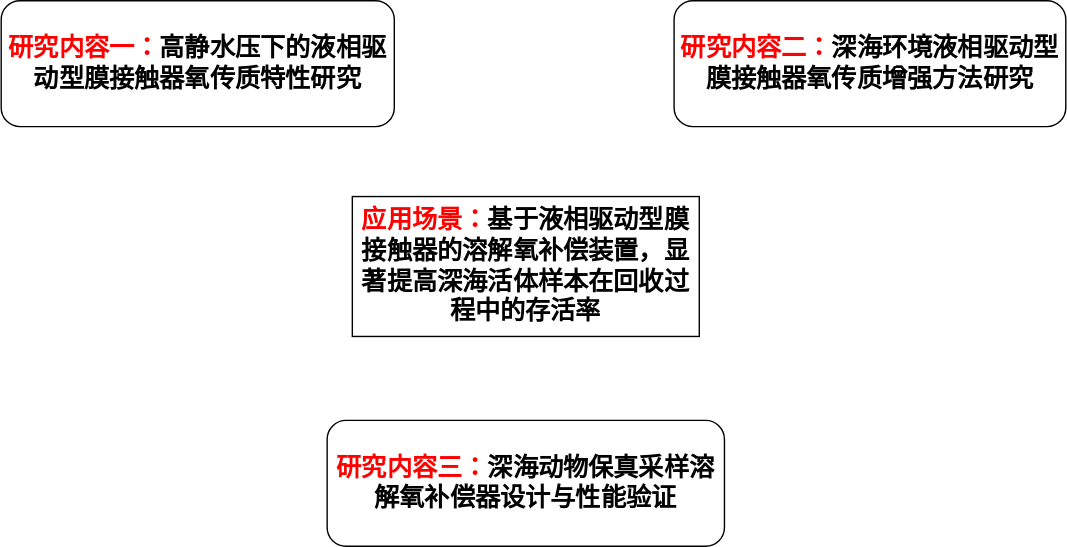
Above: 研究内容_开题.drawio.svg in chiguaren3/drawio_project (draw.io), before the change. Source tidied: cells renumbered, new cells last; positions are measured from the earlier drawing's top-left corner, leaving out a move shared by most shapes.
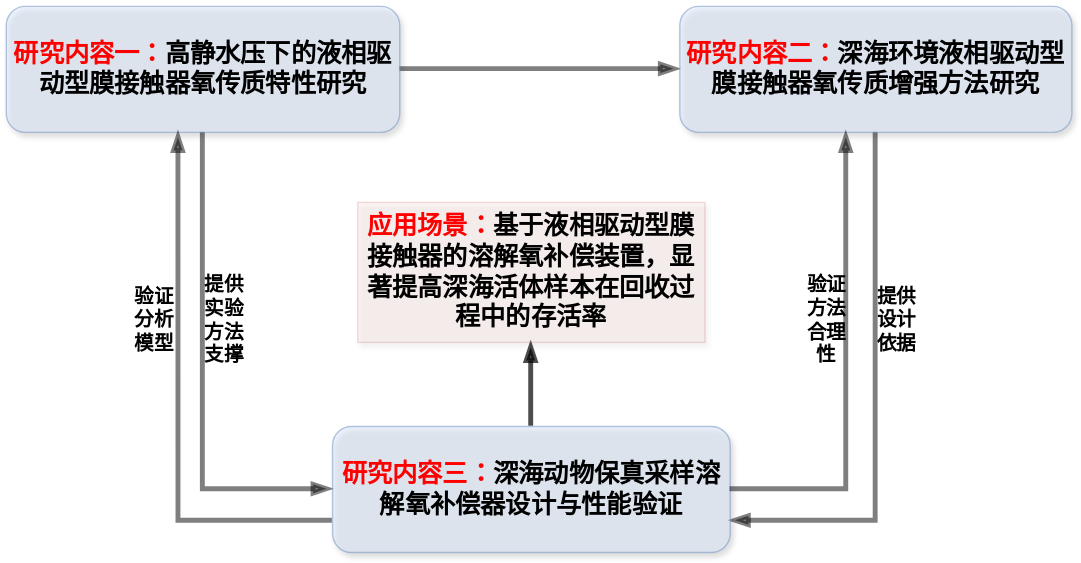
The same file after the commit.

Commit message:
更新研究内容_开题.drawio.svg

Change to the diagram source:
```diff
@@ -2,17 +2,47 @@
   <root>
     <mxCell id="0" />
     <mxCell id="1" parent="0" />
+    <mxCell id="6" style="edgeStyle=orthogonalEdgeStyle;rounded=0;jettySize=auto;html=1;exitX=1;exitY=0.5;exitDx=0;exitDy=0;entryX=0;entryY=0.5;entryDx=0;entryDy=0;endArrow=blockThin;endFill=1;opacity=50;strokeWidth=3.5;" parent="1" edge="1" source="2" target="3">
+      <mxGeometry relative="1" as="geometry" />
+    </mxCell>
+    <mxCell id="7" style="edgeStyle=orthogonalEdgeStyle;rounded=0;jettySize=auto;html=1;exitX=0.5;exitY=1;exitDx=0;exitDy=0;entryX=0;entryY=0.5;entryDx=0;entryDy=0;endArrow=blockThin;endFill=1;strokeWidth=3.5;opacity=50;" parent="1" edge="1" source="2" target="4">
+      <mxGeometry relative="1" as="geometry" />
+    </mxCell>
-    <mxCell id="2" value="&lt;p&gt;&lt;b&gt;&lt;font face=&quot;宋体&quot; style=&quot;color: rgb(255, 0, 0); font-size: 18px;&quot;&gt;研究内容一：&lt;/font&gt;&lt;/b&gt;&lt;span style=&quot;background-color: transparent; color: light-dark(rgb(0, 0, 0), rgb(255, 255, 255)); font-family: 宋体;&quot;&gt;&lt;font style=&quot;font-size: 18px;&quot;&gt;&lt;b&gt;高静水压下的液相驱动型膜接触器氧传质特性研究&lt;/b&gt;&lt;/font&gt;&lt;/span&gt;&lt;/p&gt;&lt;p class=&quot;MsoNormal&quot;&gt;&lt;span style=&quot;mso-spacerun:'yes';font-family:'Times New Roman';mso-fareast-font-family:宋体;&lt;br/&gt;font-size:14.0000pt;mso-font-kerning:1.0000pt;&quot;&gt;&lt;/span&gt;&lt;/p&gt;" style="rounded=1;whiteSpace=wrap;html=1;" parent="1" vertex="1">
+    <mxCell id="2" value="&lt;p&gt;&lt;b&gt;&lt;font face=&quot;宋体&quot; style=&quot;color: rgb(255, 0, 0); font-size: 18px;&quot;&gt;研究内容一：&lt;/font&gt;&lt;/b&gt;&lt;span style=&quot;background-color: transparent; color: light-dark(rgb(0, 0, 0), rgb(255, 255, 255)); font-family: 宋体;&quot;&gt;&lt;font style=&quot;font-size: 18px;&quot;&gt;&lt;b&gt;高静水压下的液相驱动型膜接触器氧传质特性研究&lt;/b&gt;&lt;/font&gt;&lt;/span&gt;&lt;/p&gt;&lt;p class=&quot;MsoNormal&quot;&gt;&lt;span style=&quot;mso-spacerun:'yes';font-family:'Times New Roman';mso-fareast-font-family:宋体;&lt;br/&gt;font-size:14.0000pt;mso-font-kerning:1.0000pt;&quot;&gt;&lt;/span&gt;&lt;/p&gt;" style="rounded=1;whiteSpace=wrap;html=1;fillColor=#dae8fc;strokeColor=#6c8ebf;shadow=1;opacity=50;" parent="1" vertex="1">
       <mxGeometry width="281" height="90" as="geometry" />
     </mxCell>
+    <mxCell id="8" style="edgeStyle=orthogonalEdgeStyle;rounded=0;jettySize=auto;html=1;exitX=0.5;exitY=1;exitDx=0;exitDy=0;entryX=1;entryY=0.75;entryDx=0;entryDy=0;strokeWidth=3.5;opacity=50;endArrow=blockThin;endFill=1;" parent="1" edge="1" source="3" target="4">
+      <mxGeometry relative="1" as="geometry" />
+    </mxCell>
-    <mxCell id="3" value="&lt;p&gt;&lt;b&gt;&lt;font face=&quot;宋体&quot; style=&quot;color: rgb(255, 0, 0); font-size: 18px;&quot;&gt;研究内容二：&lt;/font&gt;&lt;/b&gt;&lt;span style=&quot;background-color: transparent; color: light-dark(rgb(0, 0, 0), rgb(255, 255, 255)); font-family: 宋体;&quot;&gt;&lt;font style=&quot;font-size: 18px;&quot;&gt;&lt;b&gt;深海环境液相驱动型膜接触器氧传质增强方法研究&lt;/b&gt;&lt;/font&gt;&lt;/span&gt;&lt;/p&gt;&lt;p class=&quot;MsoNormal&quot;&gt;&lt;span style=&quot;mso-spacerun:'yes';font-family:'Times New Roman';mso-fareast-font-family:宋体;&lt;br/&gt;font-size:14.0000pt;mso-font-kerning:1.0000pt;&quot;&gt;&lt;/span&gt;&lt;/p&gt;&lt;p class=&quot;MsoNormal&quot;&gt;&lt;span style=&quot;mso-spacerun:'yes';font-family:'Times New Roman';mso-fareast-font-family:宋体;&lt;br/&gt;font-size:14.0000pt;mso-font-kerning:1.0000pt;&quot;&gt;&lt;/span&gt;&lt;/p&gt;" style="rounded=1;whiteSpace=wrap;html=1;" parent="1" vertex="1">
+    <mxCell id="3" value="&lt;p&gt;&lt;b&gt;&lt;font face=&quot;宋体&quot; style=&quot;color: rgb(255, 0, 0); font-size: 18px;&quot;&gt;研究内容二：&lt;/font&gt;&lt;/b&gt;&lt;span style=&quot;background-color: transparent; color: light-dark(rgb(0, 0, 0), rgb(255, 255, 255)); font-family: 宋体;&quot;&gt;&lt;font style=&quot;font-size: 18px;&quot;&gt;&lt;b&gt;深海环境液相驱动型膜接触器氧传质增强方法研究&lt;/b&gt;&lt;/font&gt;&lt;/span&gt;&lt;/p&gt;&lt;p class=&quot;MsoNormal&quot;&gt;&lt;span style=&quot;mso-spacerun:'yes';font-family:'Times New Roman';mso-fareast-font-family:宋体;&lt;br/&gt;font-size:14.0000pt;mso-font-kerning:1.0000pt;&quot;&gt;&lt;/span&gt;&lt;/p&gt;&lt;p class=&quot;MsoNormal&quot;&gt;&lt;span style=&quot;mso-spacerun:'yes';font-family:'Times New Roman';mso-fareast-font-family:宋体;&lt;br/&gt;font-size:14.0000pt;mso-font-kerning:1.0000pt;&quot;&gt;&lt;/span&gt;&lt;/p&gt;" style="rounded=1;whiteSpace=wrap;html=1;fillColor=#dae8fc;strokeColor=#6c8ebf;glass=0;shadow=1;opacity=50;" parent="1" vertex="1">
       <mxGeometry x="481" width="280" height="90" as="geometry" />
     </mxCell>
+    <mxCell id="9" style="edgeStyle=orthogonalEdgeStyle;rounded=0;jettySize=auto;html=1;exitX=0.5;exitY=0;exitDx=0;exitDy=0;entryX=0.5;entryY=1;entryDx=0;entryDy=0;endArrow=blockThin;endFill=1;strokeWidth=3.5;opacity=70;" parent="1" edge="1" source="4" target="5">
+      <mxGeometry relative="1" as="geometry" />
+    </mxCell>
-    <mxCell id="4" value="&lt;p&gt;&lt;b&gt;&lt;font face=&quot;宋体&quot; style=&quot;color: rgb(255, 0, 0); font-size: 18px;&quot;&gt;研究内容三：&lt;/font&gt;&lt;/b&gt;&lt;span style=&quot;background-color: transparent; color: light-dark(rgb(0, 0, 0), rgb(255, 255, 255)); font-family: 宋体;&quot;&gt;&lt;font style=&quot;font-size: 18px;&quot;&gt;&lt;b&gt;深海动物保真采样溶解氧补偿器设计与性能验证&lt;/b&gt;&lt;/font&gt;&lt;/span&gt;&lt;/p&gt;&lt;p class=&quot;MsoNormal&quot;&gt;&lt;span style=&quot;mso-spacerun:'yes';font-family:'Times New Roman';mso-fareast-font-family:宋体;&lt;br/&gt;font-size:14.0000pt;mso-font-kerning:1.0000pt;&quot;&gt;&lt;/span&gt;&lt;/p&gt;&lt;p class=&quot;MsoNormal&quot;&gt;&lt;span style=&quot;mso-spacerun:'yes';font-family:'Times New Roman';mso-fareast-font-family:宋体;&lt;br/&gt;font-size:14.0000pt;mso-font-kerning:1.0000pt;&quot;&gt;&lt;/span&gt;&lt;/p&gt;&lt;p class=&quot;MsoNormal&quot;&gt;&lt;span style=&quot;mso-spacerun:'yes';font-family:'Times New Roman';mso-fareast-font-family:宋体;&lt;br/&gt;font-size:14.0000pt;mso-font-kerning:1.0000pt;&quot;&gt;&lt;/span&gt;&lt;/p&gt;" style="rounded=1;whiteSpace=wrap;html=1;" parent="1" vertex="1">
+    <mxCell id="4" value="&lt;p&gt;&lt;b&gt;&lt;font face=&quot;宋体&quot; style=&quot;color: rgb(255, 0, 0); font-size: 18px;&quot;&gt;研究内容三：&lt;/font&gt;&lt;/b&gt;&lt;span style=&quot;background-color: transparent; color: light-dark(rgb(0, 0, 0), rgb(255, 255, 255)); font-family: 宋体;&quot;&gt;&lt;font style=&quot;font-size: 18px;&quot;&gt;&lt;b&gt;深海动物保真采样溶解氧补偿器设计与性能验证&lt;/b&gt;&lt;/font&gt;&lt;/span&gt;&lt;/p&gt;&lt;p class=&quot;MsoNormal&quot;&gt;&lt;span style=&quot;mso-spacerun:'yes';font-family:'Times New Roman';mso-fareast-font-family:宋体;&lt;br/&gt;font-size:14.0000pt;mso-font-kerning:1.0000pt;&quot;&gt;&lt;/span&gt;&lt;/p&gt;&lt;p class=&quot;MsoNormal&quot;&gt;&lt;span style=&quot;mso-spacerun:'yes';font-family:'Times New Roman';mso-fareast-font-family:宋体;&lt;br/&gt;font-size:14.0000pt;mso-font-kerning:1.0000pt;&quot;&gt;&lt;/span&gt;&lt;/p&gt;&lt;p class=&quot;MsoNormal&quot;&gt;&lt;span style=&quot;mso-spacerun:'yes';font-family:'Times New Roman';mso-fareast-font-family:宋体;&lt;br/&gt;font-size:14.0000pt;mso-font-kerning:1.0000pt;&quot;&gt;&lt;/span&gt;&lt;/p&gt;" style="rounded=1;whiteSpace=wrap;html=1;fillColor=#dae8fc;strokeColor=#6c8ebf;shadow=1;opacity=50;" parent="1" vertex="1">
       <mxGeometry x="233" y="300" width="284" height="90" as="geometry" />
     </mxCell>
-    <mxCell id="5" value="&lt;font face=&quot;宋体&quot; style=&quot;font-size: 18px; color: rgb(255, 0, 0);&quot;&gt;&lt;b style=&quot;&quot;&gt;应用场景：&lt;/b&gt;&lt;/font&gt;&lt;span style=&quot;font-family: 宋体;&quot;&gt;&lt;b style=&quot;&quot;&gt;&lt;font style=&quot;font-size: 18px;&quot;&gt;基于液相驱动型膜接触器的溶解氧补偿装置，显著提高深海活体样本在回收过程中的存活率&lt;/font&gt;&lt;/b&gt;&lt;/span&gt;" style="rounded=0;whiteSpace=wrap;html=1;" parent="1" vertex="1">
+    <mxCell id="5" value="&lt;font face=&quot;宋体&quot; style=&quot;font-size: 18px; color: rgb(255, 0, 0);&quot;&gt;&lt;b style=&quot;&quot;&gt;应用场景：&lt;/b&gt;&lt;/font&gt;&lt;span style=&quot;font-family: 宋体;&quot;&gt;&lt;b style=&quot;&quot;&gt;&lt;font style=&quot;font-size: 18px;&quot;&gt;基于液相驱动型膜接触器的溶解氧补偿装置，显著提高深海活体样本在回收过程中的存活率&lt;/font&gt;&lt;/b&gt;&lt;/span&gt;" style="rounded=0;whiteSpace=wrap;html=1;fillColor=#f8cecc;strokeColor=#b85450;glass=0;shadow=1;opacity=20;" parent="1" vertex="1">
       <mxGeometry x="251" y="140" width="248" height="100" as="geometry" />
     </mxCell>
+    <mxCell id="10" style="edgeStyle=orthogonalEdgeStyle;rounded=0;jettySize=auto;html=1;exitX=0;exitY=0.75;exitDx=0;exitDy=0;entryX=0.438;entryY=1;entryDx=0;entryDy=0;entryPerimeter=0;endArrow=blockThin;endFill=1;strokeWidth=3.5;opacity=50;" parent="1" edge="1" source="4" target="2">
+      <mxGeometry relative="1" as="geometry" />
+    </mxCell>
+    <mxCell id="11" style="edgeStyle=orthogonalEdgeStyle;rounded=0;jettySize=auto;html=1;exitX=1;exitY=0.5;exitDx=0;exitDy=0;entryX=0.425;entryY=1;entryDx=0;entryDy=0;entryPerimeter=0;strokeWidth=3.5;endArrow=blockThin;endFill=1;opacity=50;" parent="1" edge="1" source="4" target="3">
+      <mxGeometry relative="1" as="geometry" />
+    </mxCell>
+    <mxCell id="12" value="&lt;b&gt;&lt;font face=&quot;宋体&quot; style=&quot;font-size: 14px;&quot;&gt;提供实验方法支撑&lt;/font&gt;&lt;/b&gt;" style="text;html=1;whiteSpace=wrap;strokeColor=none;fillColor=none;align=center;verticalAlign=middle;rounded=0;" parent="1" vertex="1">
+      <mxGeometry x="141" y="170" width="30" height="110" as="geometry" />
+    </mxCell>
+    <mxCell id="13" value="&lt;b&gt;&lt;font face=&quot;宋体&quot; style=&quot;font-size: 14px;&quot;&gt;提供设计依据&lt;/font&gt;&lt;/b&gt;" style="text;html=1;whiteSpace=wrap;strokeColor=none;fillColor=none;align=center;verticalAlign=middle;rounded=0;" parent="1" vertex="1">
+      <mxGeometry x="621" y="170" width="30" height="110" as="geometry" />
+    </mxCell>
+    <mxCell id="14" value="&lt;b&gt;&lt;font face=&quot;宋体&quot; style=&quot;font-size: 14px;&quot;&gt;验证方法合理性&lt;/font&gt;&lt;/b&gt;" style="text;html=1;whiteSpace=wrap;strokeColor=none;fillColor=none;align=center;verticalAlign=middle;rounded=0;" parent="1" vertex="1">
+      <mxGeometry x="571" y="170" width="30" height="110" as="geometry" />
+    </mxCell>
+    <mxCell id="15" value="&lt;b&gt;&lt;font face=&quot;宋体&quot; style=&quot;font-size: 14px;&quot;&gt;验证分析模型&lt;/font&gt;&lt;/b&gt;" style="text;html=1;whiteSpace=wrap;strokeColor=none;fillColor=none;align=center;verticalAlign=middle;rounded=0;" parent="1" vertex="1">
+      <mxGeometry x="91" y="170" width="30" height="110" as="geometry" />
+    </mxCell>
   </root>
 </mxGraphModel>
```
